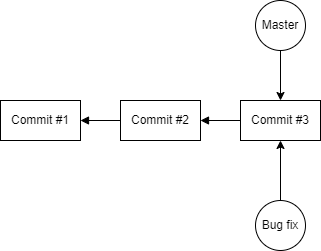
The draw.io diagram Assets/images/git-branch-new.png in braboj/tutorial-git, before a commit. Source tidied: cells renumbered, new cells last; positions are measured from the earlier drawing's top-left corner, leaving out a move shared by most shapes.
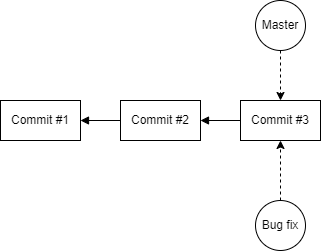
The same diagram one commit later.

The edit, as a diff of the source:
```diff
@@ -17,13 +17,13 @@
     <mxCell id="6" value="Commit #3" style="rounded=0;whiteSpace=wrap;html=1;" parent="1" vertex="1">
       <mxGeometry x="240" y="100" width="80" height="40" as="geometry" />
     </mxCell>
-    <mxCell id="7" style="edgeStyle=orthogonalEdgeStyle;rounded=0;jettySize=auto;html=1;entryX=0.5;entryY=0;entryDx=0;entryDy=0;" parent="1" edge="1" source="8" target="6">
+    <mxCell id="7" style="edgeStyle=orthogonalEdgeStyle;rounded=0;jettySize=auto;html=1;entryX=0.5;entryY=0;entryDx=0;entryDy=0;dashed=1;" parent="1" edge="1" source="8" target="6">
       <mxGeometry relative="1" as="geometry" />
     </mxCell>
     <mxCell id="8" value="Master" style="ellipse;whiteSpace=wrap;html=1;" parent="1" vertex="1">
       <mxGeometry x="255" width="50" height="50" as="geometry" />
     </mxCell>
-    <mxCell id="9" style="edgeStyle=orthogonalEdgeStyle;rounded=0;jettySize=auto;html=1;entryX=0.5;entryY=1;entryDx=0;entryDy=0;" parent="1" edge="1" source="10">
+    <mxCell id="9" style="edgeStyle=orthogonalEdgeStyle;rounded=0;jettySize=auto;html=1;entryX=0.5;entryY=1;entryDx=0;entryDy=0;dashed=1;" parent="1" edge="1" source="10">
       <mxGeometry relative="1" as="geometry">
         <mxPoint x="280" y="140" as="targetPoint" />
       </mxGeometry>
```
